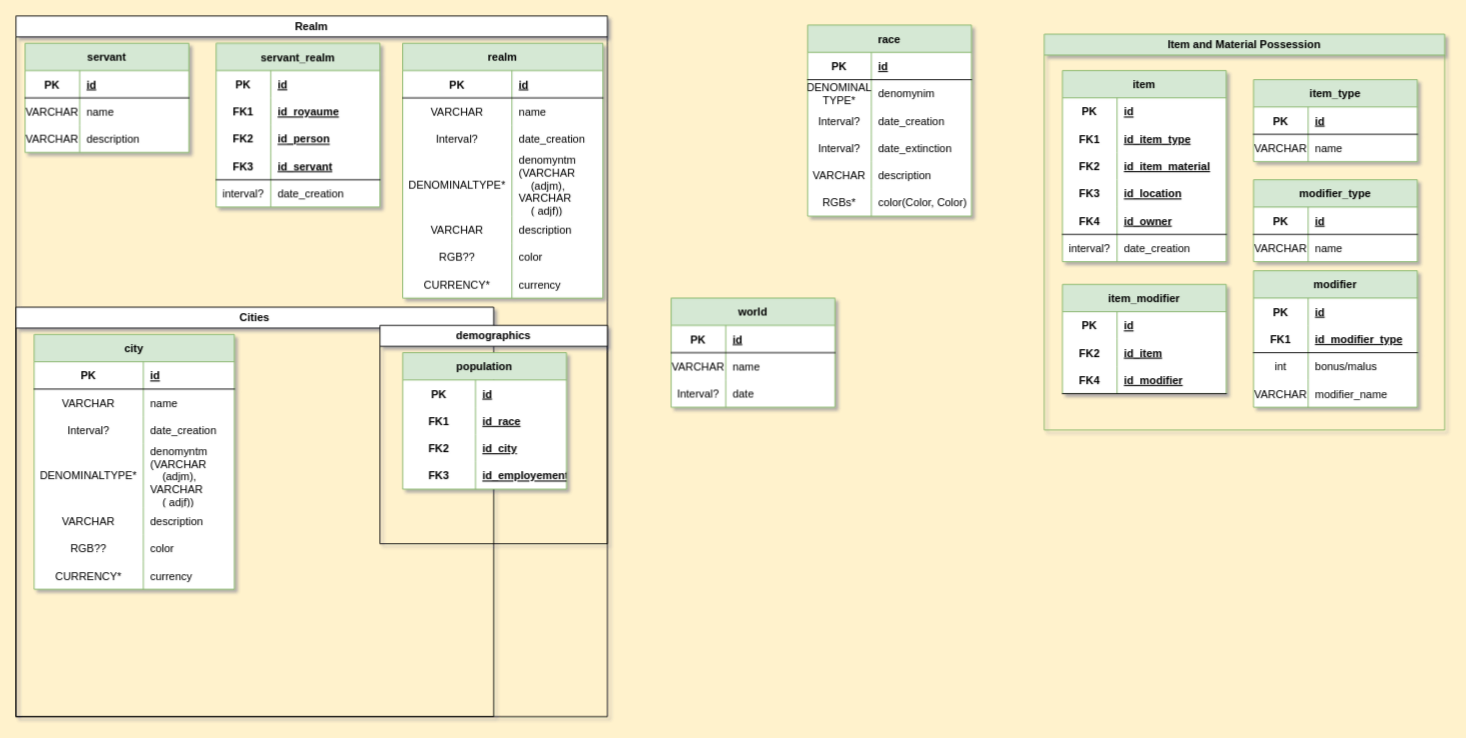
This is page "ER Model" (1 of 2) of Conception/model_draft.drawio from WyllasSidjeno/SRPG-Database-Manager, a draw.io file, before an edit. Source tidied: cells renumbered, new cells numbered last; positions are measured from the earlier drawing's top-left corner, leaving out a move shared by most shapes. Both pictures are drawn from the tidied source at 91%, with x=0, y=0 at pixel (15, 15).
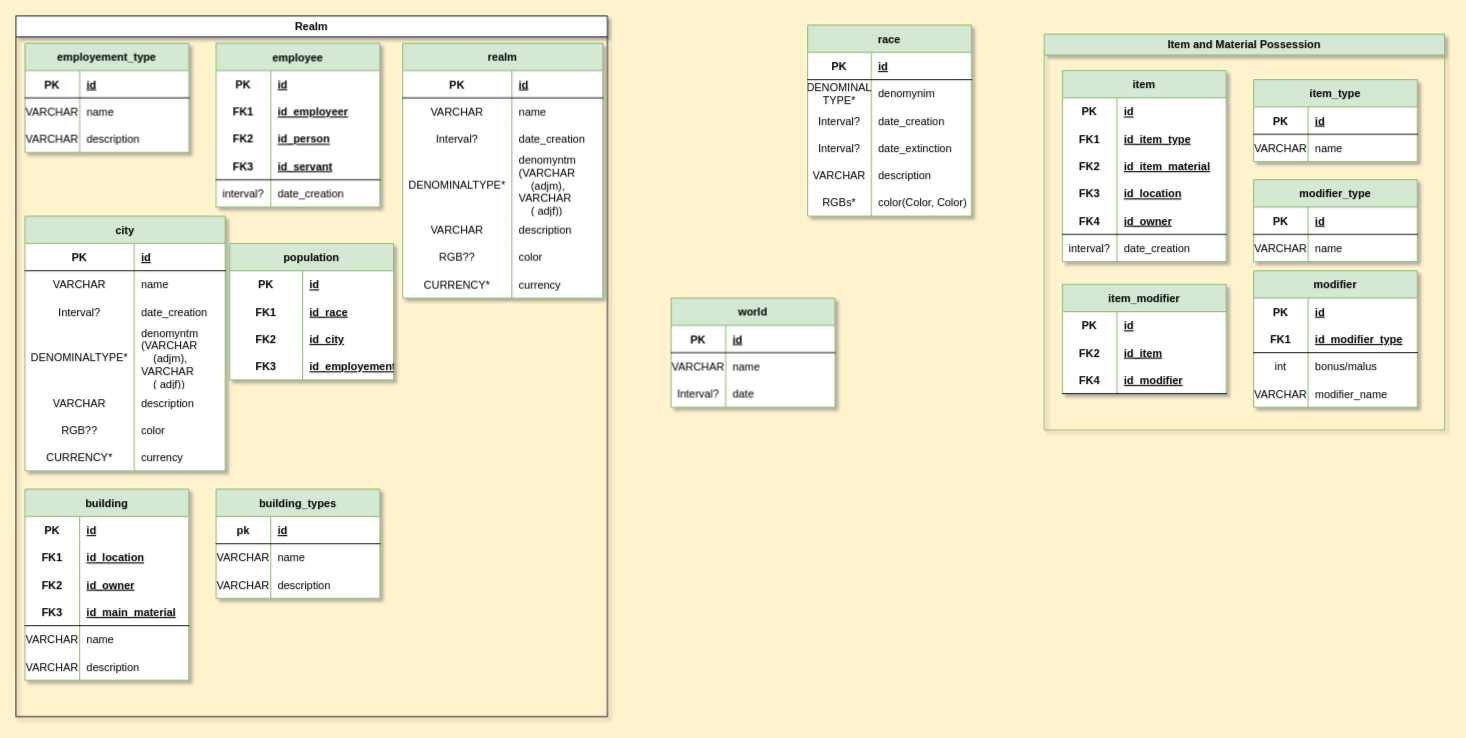
The same page after the edit.

Commit message (it also covers changes not shown here):
Added Building and BuildingTypes

The change refers to these unchanged cells:
```xml
<mxCell id="48" style="shape=tableRow;horizontal=0;startSize=0;swimlaneHead=0;swimlaneBody=0;fillColor=none;top=0;left=0;right=0;bottom=0;" parent="44" vertex="1">
  <mxGeometry y="60" width="180" height="30" as="geometry" />
</mxCell>
<mxCell id="79" value="Realm" style="swimlane;whiteSpace=wrap;html=1;" parent="1" vertex="1">
  <mxGeometry width="650" height="770" as="geometry" />
</mxCell>
```

Diff of the diagram source:
```diff
@@
-    <mxCell id="34" value="servant" style="shape=table;startSize=30;childLayout=tableLayout;rowLines=0;fontStyle=1;align=center;swimlaneFillColor=default;resizeLastRow=0;top=1;labelBackgroundColor=none;fillColor=#d5e8d4;strokeColor=#82b366;" parent="1" vertex="1">
+    <mxCell id="34" value="employement_type" style="shape=table;startSize=30;childLayout=tableLayout;rowLines=0;fontStyle=1;align=center;swimlaneFillColor=default;resizeLastRow=0;top=1;labelBackgroundColor=none;fillColor=#d5e8d4;strokeColor=#82b366;" parent="1" vertex="1">
       <mxGeometry x="10" y="30" width="180" height="120" as="geometry" />
     </mxCell>
@@
-    <mxCell id="44" value="servant_realm" style="shape=table;startSize=30;childLayout=tableLayout;rowLines=0;fontStyle=1;align=center;fillColor=#d5e8d4;strokeColor=#82b366;swimlaneFillColor=default;labelBackgroundColor=none;" parent="1" vertex="1">
+    <mxCell id="44" value="employee" style="shape=table;startSize=30;childLayout=tableLayout;rowLines=0;fontStyle=1;align=center;fillColor=#d5e8d4;strokeColor=#82b366;swimlaneFillColor=default;labelBackgroundColor=none;" parent="1" vertex="1">
       <mxGeometry x="220" y="30" width="180" height="180" as="geometry" />
     </mxCell>
@@
-    <mxCell id="50" value="id_royaume" style="shape=partialRectangle;fillColor=none;top=0;left=0;bottom=0;right=0;align=left;spacingLeft=6;fontStyle=5;overflow=hidden;" parent="48" vertex="1">
+    <mxCell id="50" value="id_employeer" style="shape=partialRectangle;fillColor=none;top=0;left=0;bottom=0;right=0;align=left;spacingLeft=6;fontStyle=5;overflow=hidden;" parent="48" vertex="1">
       <mxGeometry x="60" width="120" height="30" as="geometry" />
     </mxCell>
@@
-    <mxCell id="80" value="Cities" style="swimlane;whiteSpace=wrap;html=1;" parent="79" vertex="1">
-      <mxGeometry y="320" width="525" height="450" as="geometry" />
-    </mxCell>
-    <mxCell id="81" value="city" style="shape=table;startSize=30;childLayout=tableLayout;rowLines=0;fontStyle=1;align=center;swimlaneFillColor=default;resizeLastRow=0;top=1;labelBackgroundColor=none;fillColor=#d5e8d4;strokeColor=#82b366;" parent="80" vertex="1">
-      <mxGeometry x="20" y="30" width="220" height="280" as="geometry" />
+    <mxCell id="81" value="city" style="shape=table;startSize=30;childLayout=tableLayout;rowLines=0;fontStyle=1;align=center;swimlaneFillColor=default;resizeLastRow=0;top=1;labelBackgroundColor=none;fillColor=#d5e8d4;strokeColor=#82b366;" parent="79" vertex="1">
+      <mxGeometry x="10" y="220" width="220" height="280" as="geometry" />
     </mxCell>
@@
-    <mxCell id="103" value="demographics" style="swimlane;whiteSpace=wrap;html=1;" parent="79" vertex="1">
-      <mxGeometry x="400" y="340" width="250" height="240" as="geometry" />
-    </mxCell>
-    <mxCell id="104" value="population" style="shape=table;startSize=30;childLayout=tableLayout;rowLines=0;fontStyle=1;align=center;fillColor=#d5e8d4;strokeColor=#82b366;swimlaneFillColor=default;labelBackgroundColor=none;" parent="1" vertex="1">
-      <mxGeometry x="425" y="370" width="180" height="150" as="geometry" />
+    <mxCell id="104" value="population" style="shape=table;startSize=30;childLayout=tableLayout;rowLines=0;fontStyle=1;align=center;fillColor=#d5e8d4;strokeColor=#82b366;swimlaneFillColor=default;labelBackgroundColor=none;" parent="79" vertex="1">
+      <mxGeometry x="235" y="250" width="180" height="150" as="geometry" />
     </mxCell>
@@
+    <mxCell id="174" value="building" style="shape=table;startSize=30;childLayout=tableLayout;rowLines=0;fontStyle=1;align=center;fillColor=#d5e8d4;strokeColor=#82b366;swimlaneFillColor=default;labelBackgroundColor=none;" parent="79" vertex="1">
+      <mxGeometry x="10" y="520" width="180" height="210" as="geometry" />
+    </mxCell>
+    <mxCell id="175" style="shape=tableRow;horizontal=0;startSize=0;swimlaneHead=0;swimlaneBody=0;fillColor=none;top=0;left=0;right=0;bottom=0;" parent="174" vertex="1">
+      <mxGeometry y="30" width="180" height="30" as="geometry" />
+    </mxCell>
+    <mxCell id="176" value="PK" style="shape=partialRectangle;fillColor=none;top=0;left=0;bottom=0;right=0;fontStyle=1;overflow=hidden;" parent="175" vertex="1">
+      <mxGeometry width="60" height="30" as="geometry" />
+    </mxCell>
+    <mxCell id="177" value="id" style="shape=partialRectangle;fillColor=none;top=0;left=0;bottom=0;right=0;align=left;spacingLeft=6;fontStyle=5;overflow=hidden;" parent="175" vertex="1">
+      <mxGeometry x="60" width="120" height="30" as="geometry" />
+    </mxCell>
+    <mxCell id="178" style="shape=tableRow;horizontal=0;startSize=0;swimlaneHead=0;swimlaneBody=0;fillColor=none;top=0;left=0;right=0;bottom=0;" parent="174" vertex="1">
+      <mxGeometry y="60" width="180" height="30" as="geometry" />
+    </mxCell>
+    <mxCell id="179" value="FK1" style="shape=partialRectangle;fillColor=none;top=0;left=0;bottom=0;right=0;fontStyle=1;overflow=hidden;" parent="178" vertex="1">
+      <mxGeometry width="60" height="30" as="geometry" />
+    </mxCell>
+    <mxCell id="180" value="id_location" style="shape=partialRectangle;fillColor=none;top=0;left=0;bottom=0;right=0;align=left;spacingLeft=6;fontStyle=5;overflow=hidden;" parent="178" vertex="1">
+      <mxGeometry x="60" width="120" height="30" as="geometry" />
+    </mxCell>
+    <mxCell id="181" style="shape=tableRow;horizontal=0;startSize=0;swimlaneHead=0;swimlaneBody=0;fillColor=none;top=0;left=0;right=0;bottom=0;" parent="174" vertex="1">
+      <mxGeometry y="90" width="180" height="30" as="geometry" />
+    </mxCell>
+    <mxCell id="182" value="FK2" style="shape=partialRectangle;fillColor=none;top=0;left=0;bottom=0;right=0;fontStyle=1;overflow=hidden;" parent="181" vertex="1">
+      <mxGeometry width="60" height="30" as="geometry" />
+    </mxCell>
+    <mxCell id="183" value="id_owner" style="shape=partialRectangle;fillColor=none;top=0;left=0;bottom=0;right=0;align=left;spacingLeft=6;fontStyle=5;overflow=hidden;" parent="181" vertex="1">
+      <mxGeometry x="60" width="120" height="30" as="geometry" />
+    </mxCell>
+    <mxCell id="184" style="shape=tableRow;horizontal=0;startSize=0;swimlaneHead=0;swimlaneBody=0;fillColor=none;top=0;left=0;right=0;bottom=1;" parent="174" vertex="1">
+      <mxGeometry y="120" width="180" height="30" as="geometry" />
+    </mxCell>
+    <mxCell id="185" value="FK3" style="shape=partialRectangle;fillColor=none;top=0;left=0;bottom=0;right=0;fontStyle=1;overflow=hidden;" parent="184" vertex="1">
+      <mxGeometry width="60" height="30" as="geometry" />
+    </mxCell>
+    <mxCell id="186" value="id_main_material" style="shape=partialRectangle;fillColor=none;top=0;left=0;bottom=0;right=0;align=left;spacingLeft=6;fontStyle=5;overflow=hidden;" parent="184" vertex="1">
+      <mxGeometry x="60" width="120" height="30" as="geometry" />
+    </mxCell>
+    <mxCell id="187" style="shape=tableRow;horizontal=0;startSize=0;swimlaneHead=0;swimlaneBody=0;fillColor=none;top=0;left=0;right=0;bottom=0;" parent="174" vertex="1">
+      <mxGeometry y="150" width="180" height="30" as="geometry" />
+    </mxCell>
+    <mxCell id="188" value="VARCHAR" style="shape=partialRectangle;fillColor=none;top=0;left=0;bottom=0;right=0;overflow=hidden;" parent="187" vertex="1">
+      <mxGeometry width="60" height="30" as="geometry" />
+    </mxCell>
+    <mxCell id="189" value="name" style="shape=partialRectangle;fillColor=none;top=0;left=0;bottom=0;right=0;align=left;spacingLeft=6;overflow=hidden;" parent="187" vertex="1">
+      <mxGeometry x="60" width="120" height="30" as="geometry" />
+    </mxCell>
+    <mxCell id="190" style="shape=tableRow;horizontal=0;startSize=0;swimlaneHead=0;swimlaneBody=0;fillColor=none;top=0;left=0;right=0;bottom=0;" parent="174" vertex="1">
+      <mxGeometry y="180" width="180" height="30" as="geometry" />
+    </mxCell>
+    <mxCell id="191" value="VARCHAR" style="shape=partialRectangle;fillColor=none;top=0;left=0;bottom=0;right=0;overflow=hidden;" parent="190" vertex="1">
+      <mxGeometry width="60" height="30" as="geometry" />
+    </mxCell>
+    <mxCell id="192" value="description" style="shape=partialRectangle;fillColor=none;top=0;left=0;bottom=0;right=0;align=left;spacingLeft=6;overflow=hidden;" parent="190" vertex="1">
+      <mxGeometry x="60" width="120" height="30" as="geometry" />
+    </mxCell>
+    <mxCell id="193" value="building_types" style="shape=table;startSize=30;childLayout=tableLayout;rowLines=0;fontStyle=1;align=center;fillColor=#d5e8d4;strokeColor=#82b366;swimlaneFillColor=default;labelBackgroundColor=none;" parent="79" vertex="1">
+      <mxGeometry x="220" y="520" width="180" height="120" as="geometry" />
+    </mxCell>
+    <mxCell id="194" style="shape=tableRow;horizontal=0;startSize=0;swimlaneHead=0;swimlaneBody=0;fillColor=none;top=0;left=0;right=0;bottom=1;" parent="193" vertex="1">
+      <mxGeometry y="30" width="180" height="30" as="geometry" />
+    </mxCell>
+    <mxCell id="195" value="pk" style="shape=partialRectangle;fillColor=none;top=0;left=0;bottom=0;right=0;fontStyle=1;overflow=hidden;" parent="194" vertex="1">
+      <mxGeometry width="60" height="30" as="geometry" />
+    </mxCell>
+    <mxCell id="196" value="id" style="shape=partialRectangle;fillColor=none;top=0;left=0;bottom=0;right=0;align=left;spacingLeft=6;fontStyle=5;overflow=hidden;" parent="194" vertex="1">
+      <mxGeometry x="60" width="120" height="30" as="geometry" />
+    </mxCell>
+    <mxCell id="197" style="shape=tableRow;horizontal=0;startSize=0;swimlaneHead=0;swimlaneBody=0;fillColor=none;top=0;left=0;right=0;bottom=0;" parent="193" vertex="1">
+      <mxGeometry y="60" width="180" height="30" as="geometry" />
+    </mxCell>
+    <mxCell id="198" value="VARCHAR" style="shape=partialRectangle;fillColor=none;top=0;left=0;bottom=0;right=0;overflow=hidden;" parent="197" vertex="1">
+      <mxGeometry width="60" height="30" as="geometry" />
+    </mxCell>
+    <mxCell id="199" value="name" style="shape=partialRectangle;fillColor=none;top=0;left=0;bottom=0;right=0;align=left;spacingLeft=6;overflow=hidden;" parent="197" vertex="1">
+      <mxGeometry x="60" width="120" height="30" as="geometry" />
+    </mxCell>
+    <mxCell id="200" style="shape=tableRow;horizontal=0;startSize=0;swimlaneHead=0;swimlaneBody=0;fillColor=none;top=0;left=0;right=0;bottom=0;" parent="193" vertex="1">
+      <mxGeometry y="90" width="180" height="30" as="geometry" />
+    </mxCell>
+    <mxCell id="201" value="VARCHAR" style="shape=partialRectangle;fillColor=none;top=0;left=0;bottom=0;right=0;overflow=hidden;" parent="200" vertex="1">
+      <mxGeometry width="60" height="30" as="geometry" />
+    </mxCell>
+    <mxCell id="202" value="description" style="shape=partialRectangle;fillColor=none;top=0;left=0;bottom=0;right=0;align=left;spacingLeft=6;overflow=hidden;" parent="200" vertex="1">
+      <mxGeometry x="60" width="120" height="30" as="geometry" />
+    </mxCell>
```
